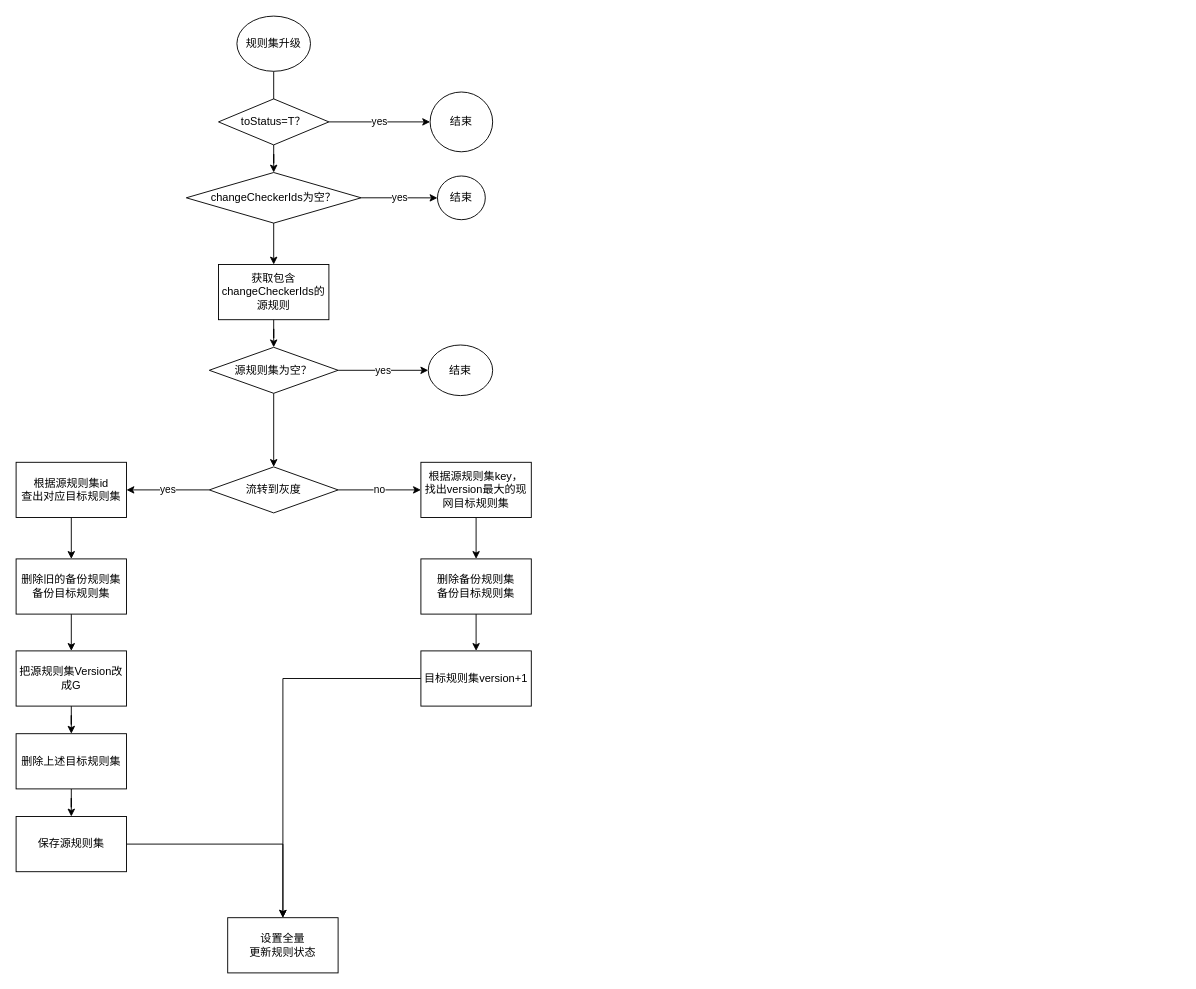
linjun-ddddd/mychat keeps this draw.io diagram as checkerset.drawio. Above is the earlier version. Source tidied: cells renumbered, new cells numbered last; positions are measured from the earlier drawing's top-left corner, leaving out a move shared by most shapes. Both pictures are drawn from the tidied source at 92%, with x=0, y=0 at pixel (16, 16).
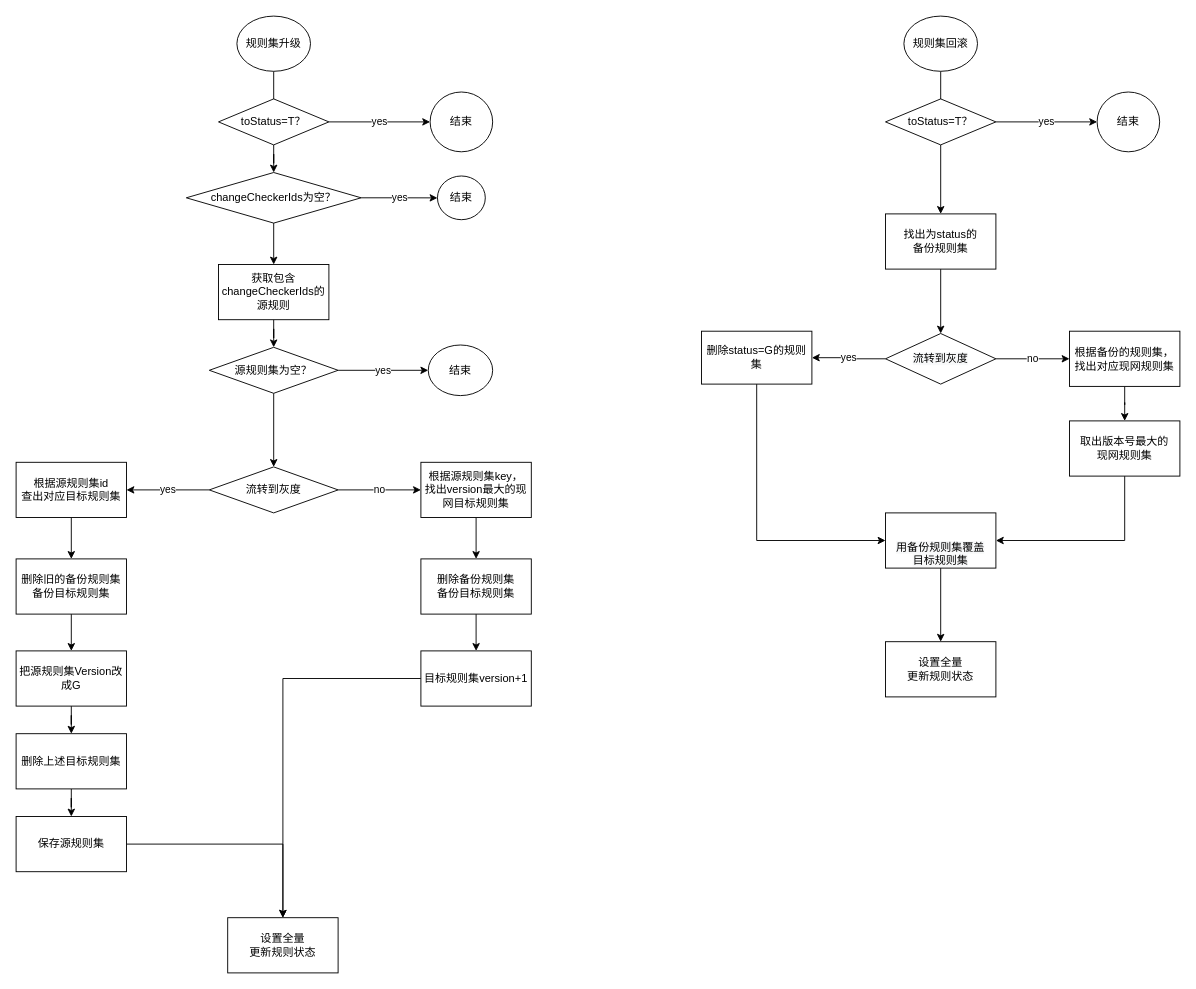
The same diagram, later.

The edit, as a diff of the source:
```diff
@@
+    <mxCell id="38" style="edgeStyle=orthogonalEdgeStyle;rounded=0;jettySize=auto;html=1;" parent="1" edge="1" source="39">
+      <mxGeometry relative="1" as="geometry">
+        <mxPoint x="1005" y="140" as="targetPoint" />
+      </mxGeometry>
+    </mxCell>
+    <mxCell id="39" value="规则集回滚" style="ellipse;whiteSpace=wrap;html=1;" parent="1" vertex="1">
+      <mxGeometry x="965" width="80" height="60" as="geometry" />
+    </mxCell>
+    <mxCell id="40" value="yes" style="edgeStyle=orthogonalEdgeStyle;rounded=0;jettySize=auto;html=1;" parent="1" edge="1" source="42" target="43">
+      <mxGeometry relative="1" as="geometry" />
+    </mxCell>
+    <mxCell id="41" style="edgeStyle=orthogonalEdgeStyle;rounded=0;jettySize=auto;html=1;" parent="1" edge="1" source="42" target="45">
+      <mxGeometry relative="1" as="geometry" />
+    </mxCell>
+    <mxCell id="42" value="toStatus=T？" style="rhombus;whiteSpace=wrap;html=1;" parent="1" vertex="1">
+      <mxGeometry x="945" y="90" width="120" height="50" as="geometry" />
+    </mxCell>
+    <mxCell id="43" value="结束" style="ellipse;whiteSpace=wrap;html=1;" parent="1" vertex="1">
+      <mxGeometry x="1175" y="82.5" width="68" height="65" as="geometry" />
+    </mxCell>
+    <mxCell id="44" style="edgeStyle=orthogonalEdgeStyle;rounded=0;jettySize=auto;html=1;" parent="1" edge="1" source="45" target="48">
+      <mxGeometry relative="1" as="geometry" />
+    </mxCell>
+    <mxCell id="45" value="找出为status的&lt;br&gt;备份规则集" style="whiteSpace=wrap;html=1;" parent="1" vertex="1">
+      <mxGeometry x="945" y="215" width="120" height="60" as="geometry" />
+    </mxCell>
+    <mxCell id="46" value="no" style="edgeStyle=orthogonalEdgeStyle;rounded=0;jettySize=auto;html=1;" parent="1" edge="1" source="48" target="50">
+      <mxGeometry relative="1" as="geometry" />
+    </mxCell>
+    <mxCell id="47" value="yes" style="edgeStyle=orthogonalEdgeStyle;rounded=0;jettySize=auto;html=1;" parent="1" edge="1" source="48" target="52">
+      <mxGeometry relative="1" as="geometry" />
+    </mxCell>
+    <mxCell id="48" value="&#10;&#10;&lt;span style=&quot;color: rgb(0, 0, 0); font-family: helvetica; font-size: 12px; font-style: normal; font-weight: 400; letter-spacing: normal; text-align: center; text-indent: 0px; text-transform: none; word-spacing: 0px; background-color: rgb(248, 249, 250); display: inline; float: none;&quot;&gt;流转到灰度&lt;/span&gt;&#10;&#10;" style="rhombus;whiteSpace=wrap;html=1;" parent="1" vertex="1">
+      <mxGeometry x="945" y="345" width="120" height="55" as="geometry" />
+    </mxCell>
+    <mxCell id="49" style="edgeStyle=orthogonalEdgeStyle;rounded=0;jettySize=auto;html=1;" parent="1" edge="1" source="50" target="56">
+      <mxGeometry relative="1" as="geometry" />
+    </mxCell>
+    <mxCell id="50" value="根据备份的规则集，&lt;br&gt;找出对应现网规则集" style="whiteSpace=wrap;html=1;" parent="1" vertex="1">
+      <mxGeometry x="1145" y="342.5" width="120" height="60" as="geometry" />
+    </mxCell>
+    <mxCell id="51" style="edgeStyle=orthogonalEdgeStyle;rounded=0;jettySize=auto;html=1;" parent="1" edge="1" source="52" target="54">
+      <mxGeometry relative="1" as="geometry">
+        <Array as="points">
+          <mxPoint x="805" y="570" />
+        </Array>
+      </mxGeometry>
+    </mxCell>
+    <mxCell id="52" value="删除status=G的规则集" style="whiteSpace=wrap;html=1;" parent="1" vertex="1">
+      <mxGeometry x="745" y="342.5" width="120" height="57.5" as="geometry" />
+    </mxCell>
+    <mxCell id="53" style="edgeStyle=orthogonalEdgeStyle;rounded=0;jettySize=auto;html=1;" parent="1" edge="1" source="54" target="57">
+      <mxGeometry relative="1" as="geometry" />
+    </mxCell>
+    <mxCell id="54" value="&lt;br&gt;&lt;br&gt;&lt;span style=&quot;color: rgb(0 , 0 , 0) ; font-family: &amp;#34;helvetica&amp;#34; ; font-size: 12px ; font-style: normal ; font-weight: 400 ; letter-spacing: normal ; text-align: center ; text-indent: 0px ; text-transform: none ; word-spacing: 0px ; background-color: rgb(248 , 249 , 250) ; display: inline ; float: none&quot;&gt;用备份规则集覆盖&lt;/span&gt;&lt;br style=&quot;color: rgb(0 , 0 , 0) ; font-family: &amp;#34;helvetica&amp;#34; ; font-size: 12px ; font-style: normal ; font-weight: 400 ; letter-spacing: normal ; text-align: center ; text-indent: 0px ; text-transform: none ; word-spacing: 0px ; background-color: rgb(248 , 249 , 250)&quot;&gt;&lt;span style=&quot;color: rgb(0 , 0 , 0) ; font-family: &amp;#34;helvetica&amp;#34; ; font-size: 12px ; font-style: normal ; font-weight: 400 ; letter-spacing: normal ; text-align: center ; text-indent: 0px ; text-transform: none ; word-spacing: 0px ; background-color: rgb(248 , 249 , 250) ; display: inline ; float: none&quot;&gt;目标规则集&lt;/span&gt;&lt;br&gt;" style="whiteSpace=wrap;html=1;" parent="1" vertex="1">
+      <mxGeometry x="945" y="540" width="120" height="60" as="geometry" />
+    </mxCell>
+    <mxCell id="55" style="edgeStyle=orthogonalEdgeStyle;rounded=0;jettySize=auto;html=1;entryX=1;entryY=0.5;entryDx=0;entryDy=0;" parent="1" edge="1" source="56" target="54">
+      <mxGeometry relative="1" as="geometry">
+        <Array as="points">
+          <mxPoint x="1205" y="570" />
+        </Array>
+      </mxGeometry>
+    </mxCell>
+    <mxCell id="56" value="取出版本号最大的&lt;br&gt;现网规则集" style="whiteSpace=wrap;html=1;" parent="1" vertex="1">
+      <mxGeometry x="1145" y="440" width="120" height="60" as="geometry" />
+    </mxCell>
+    <mxCell id="57" value="&lt;span&gt;设置全量&lt;/span&gt;&lt;br&gt;&lt;span&gt;更新规则状态&lt;/span&gt;" style="whiteSpace=wrap;html=1;" parent="1" vertex="1">
+      <mxGeometry x="945" y="680" width="120" height="60" as="geometry" />
+    </mxCell>
```
